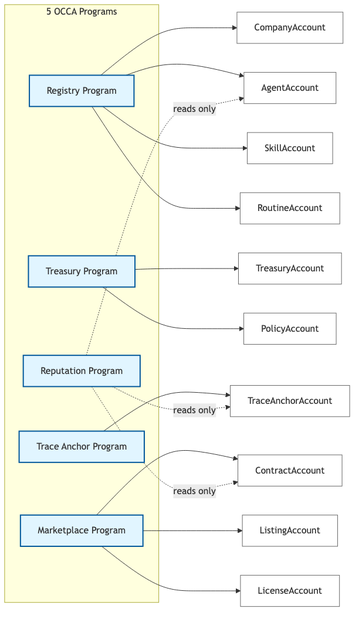
This is docs/diagrams/identity-programs.png from Occa-Labs/occa-core, a Mermaid export, as it was before one commit. Its source is kept beside it as docs/diagrams/identity-programs.mmd. Source of this version:
```mermaid
flowchart LR
    subgraph Programs["5 OCCA Programs"]
        REG[Registry Program]
        TRP[Treasury Program]
        TAP[Trace Anchor Program]
        MKT[Marketplace Program]
        REP[Reputation Program]
    end

    REG --> CO[CompanyAccount]
    REG --> AG[AgentAccount]
    REG --> SK[SkillAccount]
    REG --> RT[RoutineAccount]

    TRP --> TR[TreasuryAccount]
    TRP --> PO[PolicyAccount]

    TAP --> TA[TraceAnchorAccount]

    MKT --> CT[ContractAccount]
    MKT --> LS[ListingAccount]
    MKT --> LC[LicenseAccount]

    REP -.->|reads only| AG
    REP -.->|reads only| TA
    REP -.->|reads only| CT

    classDef prog fill:#e1f5ff,stroke:#01579b,stroke-width:2px
    classDef acc fill:#fff,stroke:#666

    class REG,TRP,TAP,MKT,REP prog
    class CO,AG,SK,RT,TR,PO,TA,CT,LS,LC acc
```
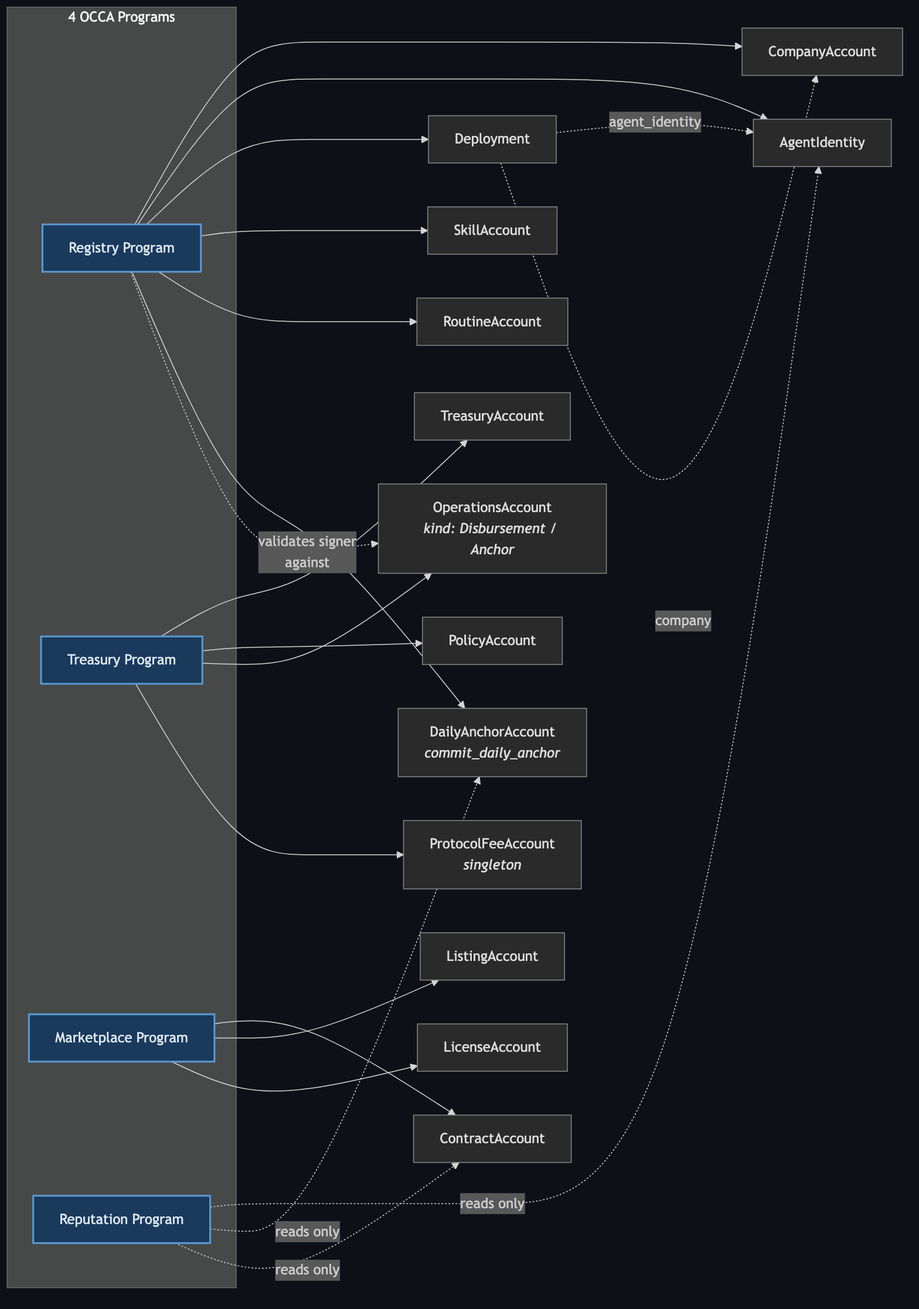
The same diagram one commit later.

The edit, as a diff of the source:
```diff
@@ -1,32 +1,39 @@
+
 flowchart LR
-    subgraph Programs["5 OCCA Programs"]
+    subgraph Programs["4 OCCA Programs"]
         REG[Registry Program]
         TRP[Treasury Program]
-        TAP[Trace Anchor Program]
         MKT[Marketplace Program]
         REP[Reputation Program]
     end
 
     REG --> CO[CompanyAccount]
-    REG --> AG[AgentAccount]
+    REG --> AI[AgentIdentity]
+    REG --> DE[Deployment]
     REG --> SK[SkillAccount]
     REG --> RT[RoutineAccount]
+    REG --> DA[DailyAnchorAccount<br/><i>commit_daily_anchor</i>]
+
+    DE -.->|agent_identity| AI
+    DE -.->|company| CO
 
     TRP --> TR[TreasuryAccount]
     TRP --> PO[PolicyAccount]
-
-    TAP --> TA[TraceAnchorAccount]
+    TRP --> OA["OperationsAccount<br/><i>kind: Disbursement / Anchor</i>"]
+    TRP --> PFA[ProtocolFeeAccount<br/><i>singleton</i>]
 
     MKT --> CT[ContractAccount]
     MKT --> LS[ListingAccount]
     MKT --> LC[LicenseAccount]
 
-    REP -.->|reads only| AG
-    REP -.->|reads only| TA
+    REP -.->|reads only| AI
+    REP -.->|reads only| DA
     REP -.->|reads only| CT
 
-    classDef prog fill:#e1f5ff,stroke:#01579b,stroke-width:2px
-    classDef acc fill:#fff,stroke:#666
+    REG -.->|"validates signer<br/>against"| OA
 
-    class REG,TRP,TAP,MKT,REP prog
-    class CO,AG,SK,RT,TR,PO,TA,CT,LS,LC acc
+    classDef prog fill:#1a3a5c,stroke:#5b9bd5,color:#dde8f5,stroke-width:2px
+    classDef acc fill:#2a2a2a,stroke:#888888,color:#dddddd
+
+    class REG,TRP,MKT,REP prog
+    class CO,AI,DE,SK,RT,DA,TR,PO,OA,PFA,CT,LS,LC acc
```
